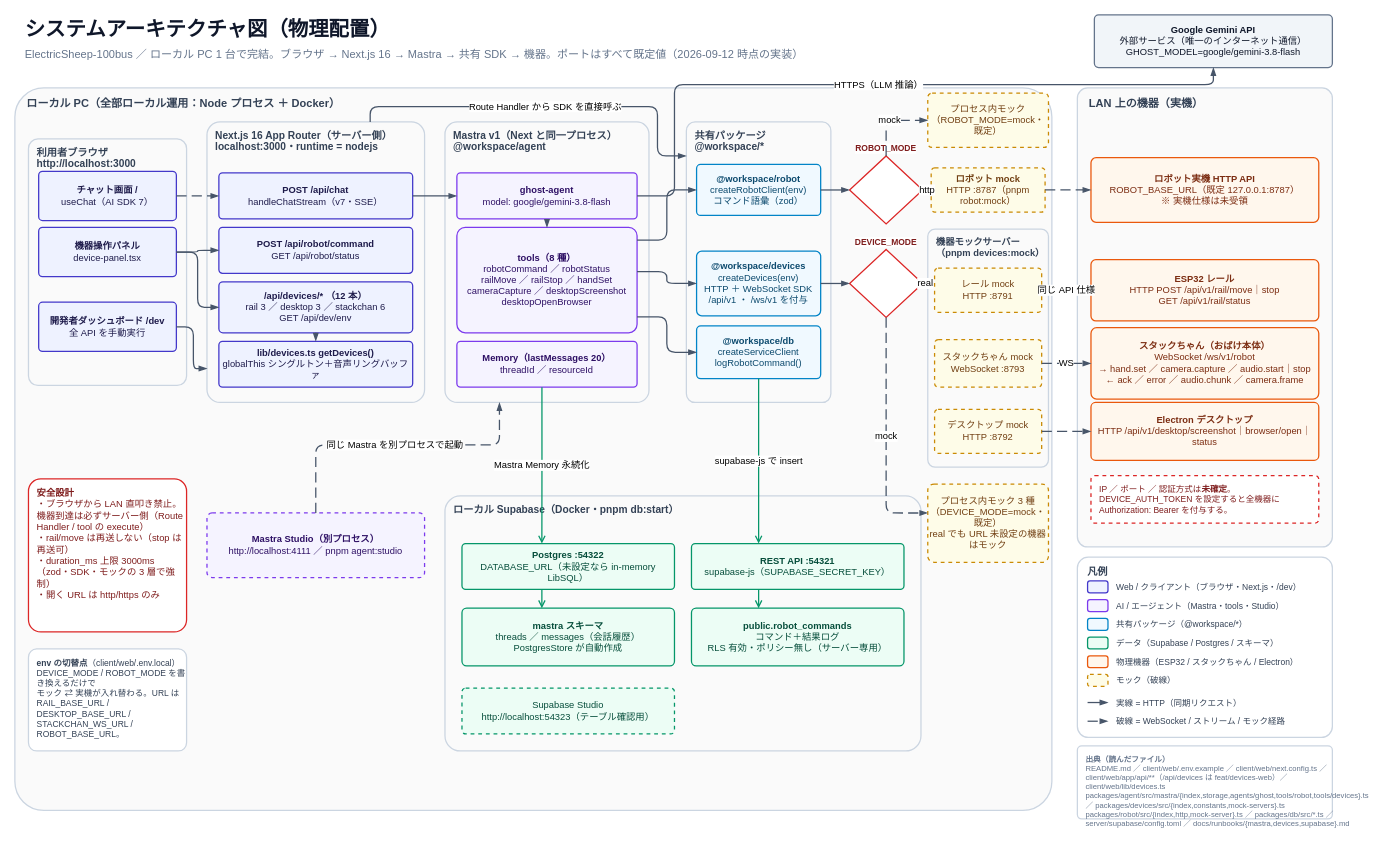
Above: docs/diagrams/architecture.drawio in Tebaeleven/ElectricSheep-100bus (draw.io), before the change. Source tidied: cells renumbered, new cells numbered last; positions are measured from the earlier drawing's top-left corner, leaving out a move shared by most shapes. Both pictures are drawn from the tidied source at 85%, with x=0, y=0 at pixel (14, 14).
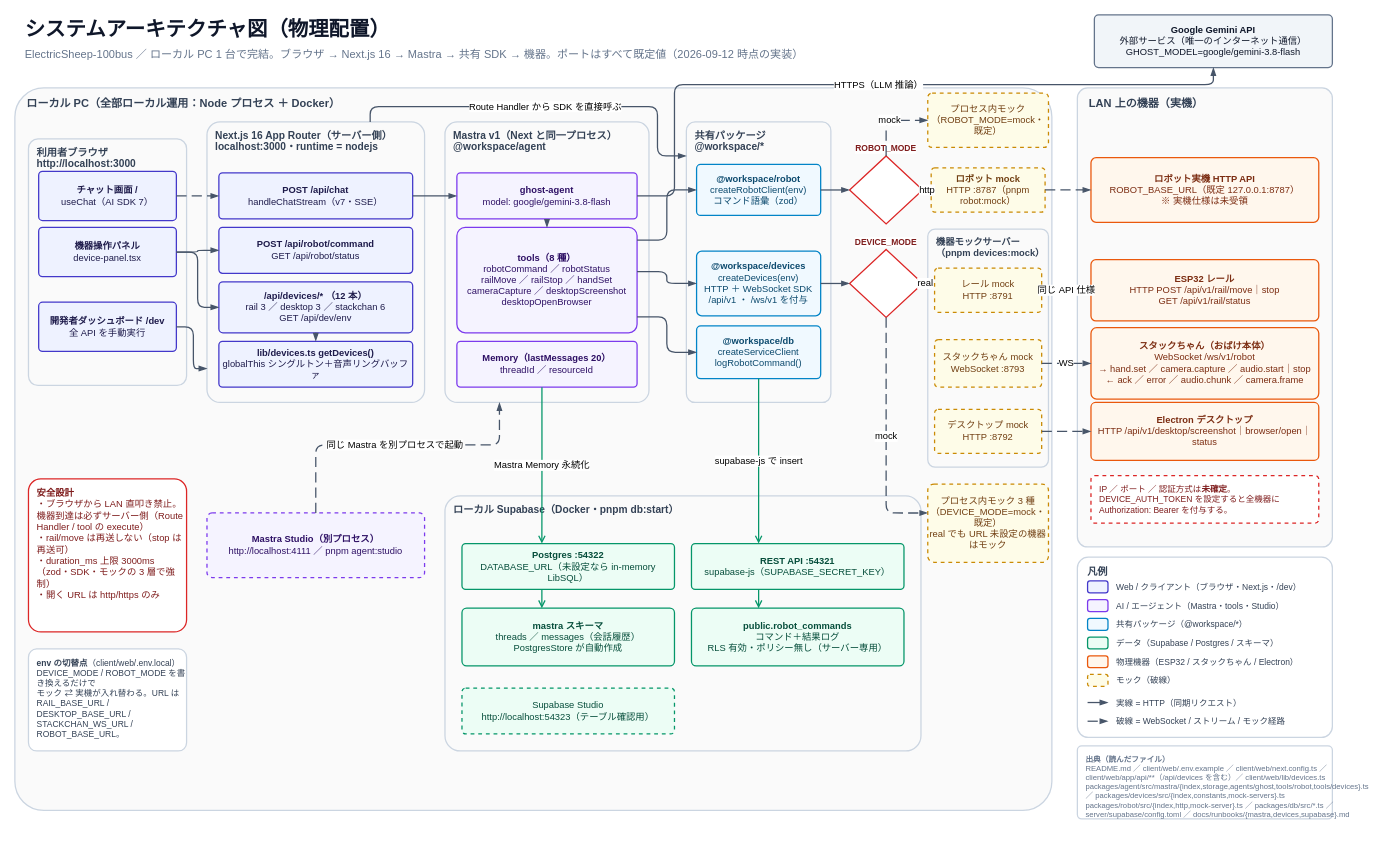
The same diagram, later.

The edit, as a diff of the source:
```diff
@@
-    <mxCell id="64" value="&lt;b&gt;出典（読んだファイル）&lt;/b&gt;&lt;br&gt;README.md ／ client/web/.env.example ／ client/web/next.config.ts ／ client/web/app/api/**（/api/devices は feat/devices-web）／ client/web/lib/devices.ts&lt;br&gt;packages/agent/src/mastra/{index,storage,agents/ghost,tools/robot,tools/devices}.ts ／ packages/devices/src/{index,constants,mock-servers}.ts&lt;br&gt;packages/robot/src/{index,http,mock-server}.ts ／ packages/db/src/*.ts ／ server/supabase/config.toml ／ docs/runbooks/{mastra,devices,supabase}.md" style="rounded=1;arcSize=6;whiteSpace=wrap;html=1;shadow=0;strokeWidth=1.5;fontFamily=Helvetica;fontSize=9;align=left;verticalAlign=top;spacingLeft=8;spacingTop=4;fillColor=#FFFFFF;strokeColor=#CBD5E1;fontColor=#64748B;" parent="1" vertex="1">
+    <mxCell id="64" value="&lt;b&gt;出典（読んだファイル）&lt;/b&gt;&lt;br&gt;README.md ／ client/web/.env.example ／ client/web/next.config.ts ／ client/web/app/api/**（/api/devices を含む）／ client/web/lib/devices.ts&lt;br&gt;packages/agent/src/mastra/{index,storage,agents/ghost,tools/robot,tools/devices}.ts ／ packages/devices/src/{index,constants,mock-servers}.ts&lt;br&gt;packages/robot/src/{index,http,mock-server}.ts ／ packages/db/src/*.ts ／ server/supabase/config.toml ／ docs/runbooks/{mastra,devices,supabase}.md" style="rounded=1;arcSize=6;whiteSpace=wrap;html=1;shadow=0;strokeWidth=1.5;fontFamily=Helvetica;fontSize=9;align=left;verticalAlign=top;spacingLeft=8;spacingTop=4;fillColor=#FFFFFF;strokeColor=#CBD5E1;fontColor=#64748B;" parent="1" vertex="1">
       <mxGeometry x="1250" y="860" width="300" height="86" as="geometry" />
     </mxCell>
```
